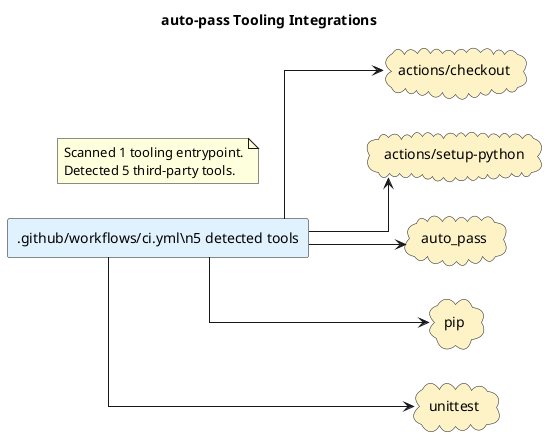
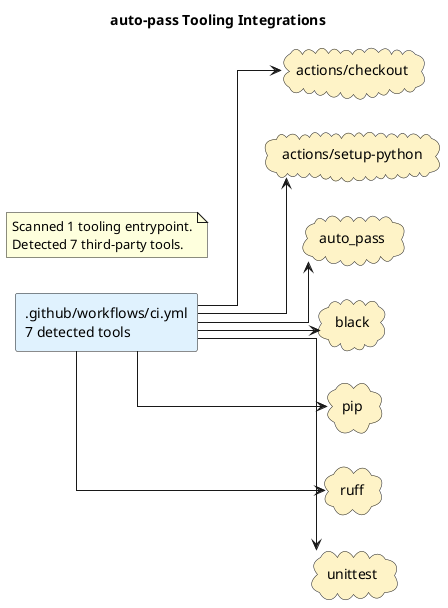
@startuml
title auto-pass Tooling Integrations
left to right direction
skinparam shadowing false
skinparam defaultFontName Monospace
skinparam componentStyle rectangle
skinparam linetype ortho
- rectangle ".github/workflows/ci.yml\\n5 detected tools" as source_github_workflows_ci_yml #E0F2FE
+ rectangle ".github/workflows/ci.yml\n7 detected tools" as source_github_workflows_ci_yml #E0F2FE
cloud "actions/checkout" as tool_actions_checkout #FEF3C7
cloud "actions/setup-python" as tool_actions_setup_python #FEF3C7
cloud "auto_pass" as tool_auto_pass #FEF3C7
+ cloud "black" as tool_black #FEF3C7
cloud "pip" as tool_pip #FEF3C7
+ cloud "ruff" as tool_ruff #FEF3C7
cloud "unittest" as tool_unittest #FEF3C7
source_github_workflows_ci_yml --> tool_actions_checkout
source_github_workflows_ci_yml --> tool_actions_setup_python
source_github_workflows_ci_yml --> tool_auto_pass
+ source_github_workflows_ci_yml --> tool_black
source_github_workflows_ci_yml --> tool_pip
+ source_github_workflows_ci_yml --> tool_ruff
source_github_workflows_ci_yml --> tool_unittest
note as toolingGraphSummary
Scanned 1 tooling entrypoint.
- Detected 5 third-party tools.
+ Detected 7 third-party tools.
end note
@enduml
